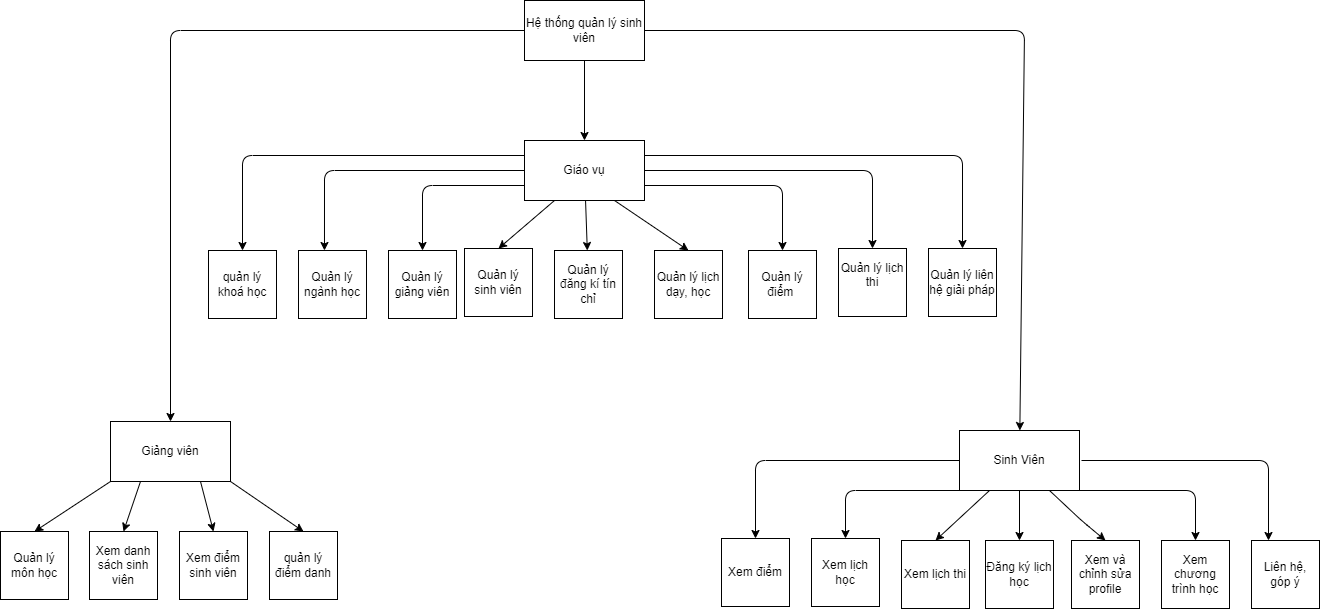
PhamTienThanhCong/Quan-ly-sinh-vien keeps this draw.io diagram as TaiLieu/Sơ đồ gì đó/Sơ đồ phân rã/Phan_ra.drawio.png. Above is the earlier version. Source tidied: cells renumbered, new cells last; positions are measured from the earlier drawing's top-left corner, leaving out a move shared by most shapes.
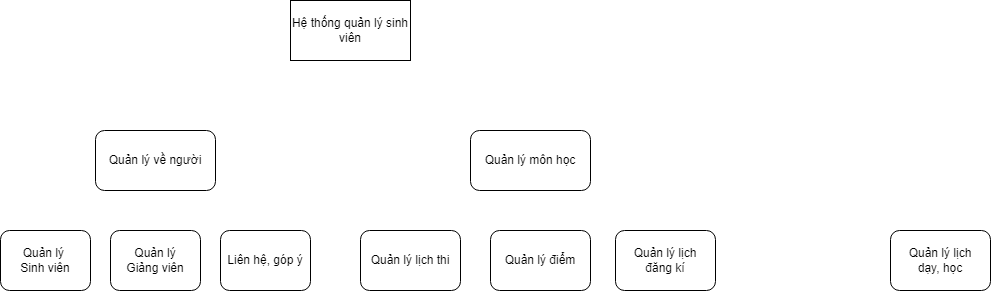
Above is the later version.

Diff of the diagram source:
```diff
@@ -2,199 +2,35 @@
   <root>
     <mxCell id="0" />
     <mxCell id="1" parent="0" />
-    <mxCell id="2" style="edgeStyle=none;html=1;" parent="1" edge="1" source="5" target="7">
-      <mxGeometry relative="1" as="geometry" />
-    </mxCell>
-    <mxCell id="3" style="edgeStyle=none;html=1;" parent="1" edge="1" source="5" target="8">
-      <mxGeometry relative="1" as="geometry">
-        <Array as="points">
-          <mxPoint x="170" y="30" />
-        </Array>
-      </mxGeometry>
-    </mxCell>
-    <mxCell id="4" style="edgeStyle=none;html=1;" parent="1" edge="1" source="5" target="9">
-      <mxGeometry relative="1" as="geometry">
-        <Array as="points">
-          <mxPoint x="1024" y="30" />
-        </Array>
-      </mxGeometry>
-    </mxCell>
     <mxCell id="5" value="Hệ thống quản lý sinh viên" style="rounded=0;whiteSpace=wrap;html=1;" parent="1" vertex="1">
-      <mxGeometry x="524" width="120" height="60" as="geometry" />
+      <mxGeometry x="274" y="-20" width="120" height="60" as="geometry" />
     </mxCell>
-    <mxCell id="6" style="edgeStyle=none;html=1;" parent="1" edge="1" source="7" target="18">
-      <mxGeometry relative="1" as="geometry" />
-    </mxCell>
-    <mxCell id="7" value="Giáo vụ" style="whiteSpace=wrap;html=1;rounded=0;" parent="1" vertex="1">
-      <mxGeometry x="524" y="140" width="120" height="60" as="geometry" />
-    </mxCell>
-    <mxCell id="8" value="Giảng viên" style="whiteSpace=wrap;html=1;rounded=0;" parent="1" vertex="1">
-      <mxGeometry x="110" y="421" width="120" height="60" as="geometry" />
-    </mxCell>
-    <mxCell id="9" value="Sinh Viên" style="whiteSpace=wrap;html=1;rounded=0;" parent="1" vertex="1">
-      <mxGeometry x="959" y="430" width="120" height="60" as="geometry" />
-    </mxCell>
+    <mxCell id="49" value="Quản lý về người" style="rounded=1;whiteSpace=wrap;html=1;" parent="1" vertex="1">
+      <mxGeometry x="79" y="110" width="120" height="60" as="geometry" />
+    </mxCell>
+    <mxCell id="50" value="Quản lý&amp;nbsp;&lt;br&gt;Sinh viên" style="rounded=1;whiteSpace=wrap;html=1;" parent="1" vertex="1">
+      <mxGeometry x="-16" y="210" width="90" height="60" as="geometry" />
+    </mxCell>
-    <mxCell id="10" value="Quản lý môn học" style="whiteSpace=wrap;html=1;" parent="1" vertex="1">
-      <mxGeometry y="531" width="68" height="68" as="geometry" />
+    <mxCell id="10" value="Quản lý môn học" style="rounded=1;whiteSpace=wrap;html=1;" parent="1" vertex="1">
+      <mxGeometry x="454" y="110" width="120" height="60" as="geometry" />
     </mxCell>
-    <mxCell id="11" value="Xem danh sách sinh viên" style="whiteSpace=wrap;html=1;" parent="1" vertex="1">
-      <mxGeometry x="89" y="531" width="68" height="68" as="geometry" />
-    </mxCell>
-    <mxCell id="12" value="Xem điểm sinh viên" style="whiteSpace=wrap;html=1;" parent="1" vertex="1">
-      <mxGeometry x="179" y="531" width="68" height="68" as="geometry" />
-    </mxCell>
-    <mxCell id="13" value="quản lý điểm danh" style="whiteSpace=wrap;html=1;" parent="1" vertex="1">
-      <mxGeometry x="269" y="531" width="68" height="68" as="geometry" />
-    </mxCell>
-    <mxCell id="14" value="quản lý khoá học" style="whiteSpace=wrap;html=1;" parent="1" vertex="1">
-      <mxGeometry x="208" y="250" width="68" height="68" as="geometry" />
-    </mxCell>
-    <mxCell id="15" value="Quản lý ngành học" style="whiteSpace=wrap;html=1;" parent="1" vertex="1">
-      <mxGeometry x="298" y="250" width="68" height="68" as="geometry" />
-    </mxCell>
-    <mxCell id="16" value="Quản lý giảng viên" style="whiteSpace=wrap;html=1;" parent="1" vertex="1">
-      <mxGeometry x="388" y="250" width="68" height="68" as="geometry" />
-    </mxCell>
-    <mxCell id="17" value="Quản lý sinh viên" style="whiteSpace=wrap;html=1;" parent="1" vertex="1">
-      <mxGeometry x="464" y="248" width="68" height="68" as="geometry" />
-    </mxCell>
-    <mxCell id="18" value="Quản lý đăng kí tín chỉ" style="whiteSpace=wrap;html=1;" parent="1" vertex="1">
-      <mxGeometry x="554" y="250" width="68" height="68" as="geometry" />
-    </mxCell>
+    <mxCell id="21" value="Quản lý lịch thi" style="rounded=1;whiteSpace=wrap;html=1;" parent="1" vertex="1">
+      <mxGeometry x="344" y="210" width="100" height="60" as="geometry" />
+    </mxCell>
+    <mxCell id="20" value="Quản lý điểm" style="rounded=1;whiteSpace=wrap;html=1;" parent="1" vertex="1">
+      <mxGeometry x="474" y="210" width="100" height="60" as="geometry" />
+    </mxCell>
+    <mxCell id="51" value="Quản lý lịch&lt;br&gt;đăng kí" style="rounded=1;whiteSpace=wrap;html=1;" parent="1" vertex="1">
+      <mxGeometry x="599" y="210" width="100" height="60" as="geometry" />
+    </mxCell>
-    <mxCell id="19" value="Quản lý lịch dạy, học" style="whiteSpace=wrap;html=1;" parent="1" vertex="1">
-      <mxGeometry x="654" y="250" width="68" height="68" as="geometry" />
+    <mxCell id="19" value="Quản lý lịch&lt;br&gt;dạy, học" style="rounded=1;whiteSpace=wrap;html=1;" parent="1" vertex="1">
+      <mxGeometry x="874" y="210" width="100" height="60" as="geometry" />
     </mxCell>
-    <mxCell id="20" value="Quản lý điểm&amp;nbsp;" style="whiteSpace=wrap;html=1;" parent="1" vertex="1">
-      <mxGeometry x="748" y="250" width="68" height="68" as="geometry" />
-    </mxCell>
-    <mxCell id="21" value="Quản lý lịch thi&lt;br&gt;&amp;nbsp;" style="whiteSpace=wrap;html=1;" parent="1" vertex="1">
-      <mxGeometry x="838" y="248" width="68" height="68" as="geometry" />
-    </mxCell>
-    <mxCell id="22" value="Quản lý liên hệ giải pháp" style="whiteSpace=wrap;html=1;" parent="1" vertex="1">
-      <mxGeometry x="928" y="248" width="68" height="68" as="geometry" />
-    </mxCell>
-    <mxCell id="23" value="Xem điểm" style="whiteSpace=wrap;html=1;" parent="1" vertex="1">
-      <mxGeometry x="721" y="538" width="68" height="68" as="geometry" />
-    </mxCell>
-    <mxCell id="24" value="Xem lịch học" style="whiteSpace=wrap;html=1;" parent="1" vertex="1">
-      <mxGeometry x="811" y="538" width="68" height="68" as="geometry" />
-    </mxCell>
-    <mxCell id="25" value="Xem lịch thi" style="whiteSpace=wrap;html=1;" parent="1" vertex="1">
-      <mxGeometry x="901" y="540" width="68" height="68" as="geometry" />
-    </mxCell>
-    <mxCell id="26" value="Đăng ký lịch học" style="whiteSpace=wrap;html=1;" parent="1" vertex="1">
-      <mxGeometry x="985" y="540" width="68" height="68" as="geometry" />
-    </mxCell>
-    <mxCell id="27" value="Xem và chỉnh sửa profile" style="whiteSpace=wrap;html=1;" parent="1" vertex="1">
-      <mxGeometry x="1071" y="540" width="68" height="68" as="geometry" />
-    </mxCell>
-    <mxCell id="28" value="Xem chương trình học" style="whiteSpace=wrap;html=1;" parent="1" vertex="1">
-      <mxGeometry x="1161" y="540" width="68" height="68" as="geometry" />
-    </mxCell>
-    <mxCell id="29" value="Liên hệ, góp ý" style="whiteSpace=wrap;html=1;" parent="1" vertex="1">
-      <mxGeometry x="1251" y="540" width="68" height="68" as="geometry" />
+    <mxCell id="29" value="Liên hệ, góp ý" style="rounded=1;whiteSpace=wrap;html=1;" parent="1" vertex="1">
+      <mxGeometry x="204" y="210" width="90" height="60" as="geometry" />
     </mxCell>
-    <mxCell id="30" style="endArrow=classic;html=1;entryX=0.25;entryY=0;entryDx=0;entryDy=0;" parent="1" edge="1" target="29">
-      <mxGeometry relative="1" as="geometry">
-        <mxPoint x="1081" y="460" as="sourcePoint" />
-        <Array as="points">
-          <mxPoint x="1268" y="460" />
-        </Array>
-      </mxGeometry>
-    </mxCell>
-    <mxCell id="31" style="endArrow=classic;html=1;exitX=1;exitY=1;exitDx=0;exitDy=0;entryX=0.5;entryY=0;entryDx=0;entryDy=0;" parent="1" edge="1" source="9" target="28">
-      <mxGeometry relative="1" as="geometry">
-        <Array as="points">
-          <mxPoint x="1195" y="490" />
-        </Array>
-      </mxGeometry>
-    </mxCell>
-    <mxCell id="32" style="endArrow=classic;html=1;exitX=0.75;exitY=1;exitDx=0;exitDy=0;entryX=0.5;entryY=0;entryDx=0;entryDy=0;" parent="1" edge="1" source="9" target="27">
-      <mxGeometry relative="1" as="geometry">
-        <Array as="points">
-          <mxPoint x="1081" y="520" />
-        </Array>
-      </mxGeometry>
-    </mxCell>
-    <mxCell id="33" style="endArrow=classic;html=1;exitX=0.5;exitY=1;exitDx=0;exitDy=0;entryX=0.5;entryY=0;entryDx=0;entryDy=0;" parent="1" edge="1" source="9" target="26">
-      <mxGeometry relative="1" as="geometry" />
-    </mxCell>
-    <mxCell id="34" style="endArrow=classic;html=1;exitX=0.25;exitY=1;exitDx=0;exitDy=0;entryX=0.5;entryY=0;entryDx=0;entryDy=0;" parent="1" edge="1" source="9" target="25">
-      <mxGeometry relative="1" as="geometry" />
-    </mxCell>
-    <mxCell id="35" style="endArrow=classic;html=1;exitX=0;exitY=1;exitDx=0;exitDy=0;entryX=0.5;entryY=0;entryDx=0;entryDy=0;" parent="1" edge="1" source="9" target="24">
-      <mxGeometry relative="1" as="geometry">
-        <Array as="points">
-          <mxPoint x="845" y="490" />
-        </Array>
-      </mxGeometry>
-    </mxCell>
-    <mxCell id="36" style="endArrow=classic;html=1;exitX=0;exitY=0.5;exitDx=0;exitDy=0;entryX=0.5;entryY=0;entryDx=0;entryDy=0;" parent="1" edge="1" source="9" target="23">
-      <mxGeometry relative="1" as="geometry">
-        <Array as="points">
-          <mxPoint x="755" y="460" />
-        </Array>
-      </mxGeometry>
-    </mxCell>
-    <mxCell id="37" style="endArrow=classic;html=1;exitX=1;exitY=0.25;exitDx=0;exitDy=0;entryX=0.5;entryY=0;entryDx=0;entryDy=0;" parent="1" edge="1" source="7" target="22">
-      <mxGeometry relative="1" as="geometry">
-        <Array as="points">
-          <mxPoint x="962" y="155" />
-        </Array>
-      </mxGeometry>
-    </mxCell>
-    <mxCell id="38" style="endArrow=classic;html=1;exitX=1;exitY=0.5;exitDx=0;exitDy=0;entryX=0.5;entryY=0;entryDx=0;entryDy=0;" parent="1" edge="1" source="7" target="21">
-      <mxGeometry relative="1" as="geometry">
-        <Array as="points">
-          <mxPoint x="872" y="170" />
-        </Array>
-      </mxGeometry>
-    </mxCell>
-    <mxCell id="39" style="endArrow=classic;html=1;exitX=1;exitY=0.75;exitDx=0;exitDy=0;entryX=0.5;entryY=0;entryDx=0;entryDy=0;" parent="1" edge="1" source="7" target="20">
-      <mxGeometry relative="1" as="geometry">
-        <Array as="points">
-          <mxPoint x="782" y="185" />
-        </Array>
-      </mxGeometry>
-    </mxCell>
-    <mxCell id="40" style="endArrow=classic;html=1;exitX=0.75;exitY=1;exitDx=0;exitDy=0;entryX=0.5;entryY=0;entryDx=0;entryDy=0;" parent="1" edge="1" source="7" target="19">
-      <mxGeometry relative="1" as="geometry" />
-    </mxCell>
-    <mxCell id="41" style="endArrow=classic;html=1;exitX=0.25;exitY=1;exitDx=0;exitDy=0;entryX=0.5;entryY=0;entryDx=0;entryDy=0;" parent="1" edge="1" source="7" target="17">
-      <mxGeometry relative="1" as="geometry" />
-    </mxCell>
-    <mxCell id="42" style="endArrow=classic;html=1;exitX=0;exitY=0.75;exitDx=0;exitDy=0;entryX=0.5;entryY=0;entryDx=0;entryDy=0;" parent="1" edge="1" source="7" target="16">
-      <mxGeometry relative="1" as="geometry">
-        <Array as="points">
-          <mxPoint x="422" y="185" />
-        </Array>
-      </mxGeometry>
-    </mxCell>
-    <mxCell id="43" style="endArrow=classic;html=1;exitX=0;exitY=0.5;exitDx=0;exitDy=0;entryX=0.382;entryY=0;entryDx=0;entryDy=0;entryPerimeter=0;" parent="1" edge="1" source="7" target="15">
-      <mxGeometry relative="1" as="geometry">
-        <Array as="points">
-          <mxPoint x="324" y="170" />
-        </Array>
-      </mxGeometry>
-    </mxCell>
-    <mxCell id="44" style="endArrow=classic;html=1;exitX=0;exitY=0.25;exitDx=0;exitDy=0;entryX=0.5;entryY=0;entryDx=0;entryDy=0;" parent="1" edge="1" source="7" target="14">
-      <mxGeometry relative="1" as="geometry">
-        <Array as="points">
-          <mxPoint x="242" y="155" />
-        </Array>
-      </mxGeometry>
-    </mxCell>
-    <mxCell id="45" style="endArrow=classic;html=1;exitX=1;exitY=1;exitDx=0;exitDy=0;entryX=0.5;entryY=0;entryDx=0;entryDy=0;" parent="1" edge="1" source="8" target="13">
-      <mxGeometry relative="1" as="geometry" />
-    </mxCell>
-    <mxCell id="46" style="endArrow=classic;html=1;exitX=0.75;exitY=1;exitDx=0;exitDy=0;entryX=0.5;entryY=0;entryDx=0;entryDy=0;" parent="1" edge="1" source="8" target="12">
-      <mxGeometry relative="1" as="geometry" />
-    </mxCell>
-    <mxCell id="47" style="endArrow=classic;html=1;exitX=0.25;exitY=1;exitDx=0;exitDy=0;entryX=0.5;entryY=0;entryDx=0;entryDy=0;" parent="1" edge="1" source="8" target="11">
-      <mxGeometry relative="1" as="geometry" />
-    </mxCell>
-    <mxCell id="48" style="endArrow=classic;html=1;exitX=0;exitY=1;exitDx=0;exitDy=0;entryX=0.5;entryY=0;entryDx=0;entryDy=0;" parent="1" edge="1" source="8" target="10">
-      <mxGeometry relative="1" as="geometry" />
-    </mxCell>
+    <mxCell id="52" value="Quản lý&lt;br&gt;Giảng viên" style="rounded=1;whiteSpace=wrap;html=1;" parent="1" vertex="1">
+      <mxGeometry x="94" y="210" width="90" height="60" as="geometry" />
+    </mxCell>
   </root>
 </mxGraphModel>
```
